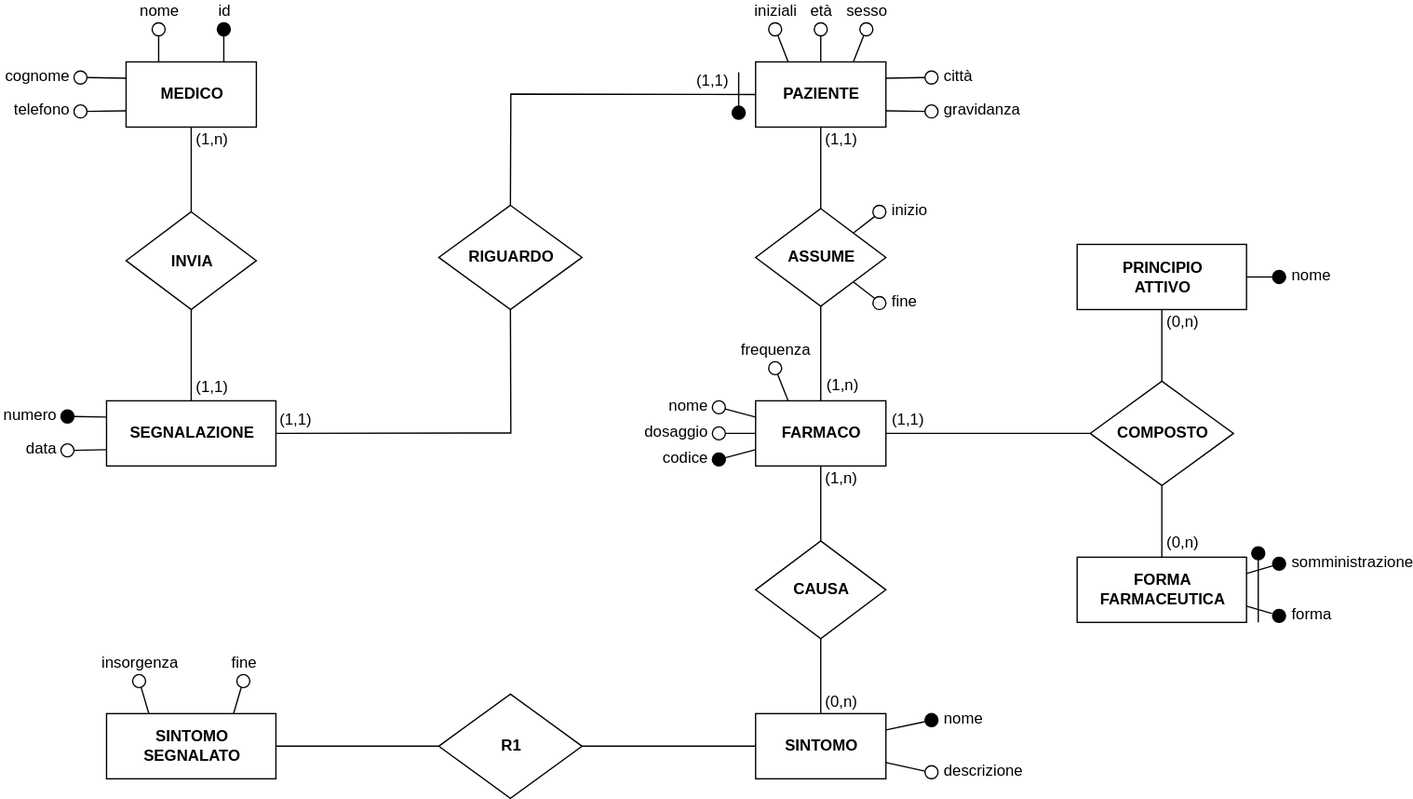
Above: schematics/er-diagram.svg in MatteoCarnelos/DB-SEA (draw.io), before the change. Source tidied: cells renumbered, new cells last; positions are measured from the earlier drawing's top-left corner, leaving out a move shared by most shapes.
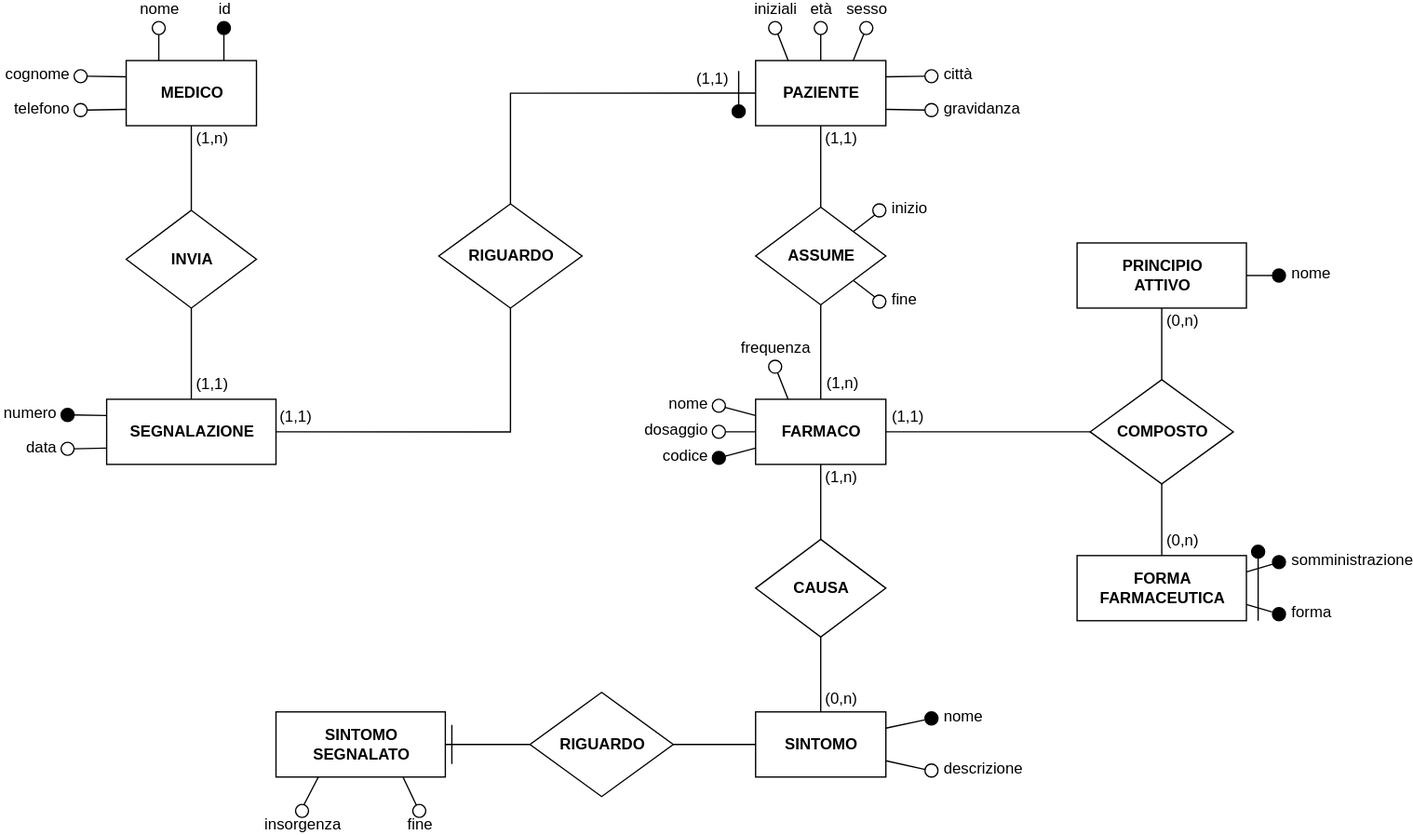
Later version of the same file.

What changed in the source:
```diff
@@ -241,23 +241,23 @@
     <mxCell id="74" value="&lt;b&gt;SINTOMO&lt;br&gt;&lt;/b&gt;" style="rounded=0;whiteSpace=wrap;html=1;fillColor=#ffffff;" parent="1" vertex="1">
       <mxGeometry x="533.2" y="530" width="100" height="50" as="geometry" />
     </mxCell>
-    <mxCell id="75" style="edgeStyle=none;rounded=0;comic=0;jumpStyle=none;jumpSize=6;jettySize=auto;html=1;exitX=0.75;exitY=0;exitDx=0;exitDy=0;entryX=0.342;entryY=0.986;entryDx=0;entryDy=0;endArrow=none;endFill=0;entryPerimeter=0;" parent="1" edge="1" source="77" target="80">
+    <mxCell id="75" style="edgeStyle=none;rounded=0;comic=0;jumpStyle=none;jumpSize=6;jettySize=auto;html=1;exitX=0.75;exitY=1;exitDx=0;exitDy=0;entryX=0.279;entryY=0.065;entryDx=0;entryDy=0;endArrow=none;endFill=0;entryPerimeter=0;" parent="1" edge="1" source="77" target="80">
       <mxGeometry relative="1" as="geometry" />
     </mxCell>
     <mxCell id="76" style="edgeStyle=orthogonalEdgeStyle;rounded=0;comic=0;jumpStyle=none;jumpSize=6;jettySize=auto;html=1;exitX=1;exitY=0.5;exitDx=0;exitDy=0;entryX=0;entryY=0.5;entryDx=0;entryDy=0;endArrow=none;endFill=0;" parent="1" edge="1" source="77" target="91">
       <mxGeometry relative="1" as="geometry" />
     </mxCell>
     <mxCell id="77" value="&lt;b&gt;SINTOMO&lt;br&gt;SEGNALATO&lt;br&gt;&lt;/b&gt;" style="whiteSpace=wrap;html=1;align=center;" parent="1" vertex="1">
-      <mxGeometry x="35" y="530" width="130" height="50" as="geometry" />
+      <mxGeometry x="165" y="530" width="130" height="50" as="geometry" />
     </mxCell>
-    <mxCell id="78" style="edgeStyle=none;rounded=0;comic=0;jumpStyle=none;jumpSize=6;jettySize=auto;html=1;exitX=0.655;exitY=0.986;exitDx=0;exitDy=0;entryX=0.25;entryY=0;entryDx=0;entryDy=0;endArrow=none;endFill=0;exitPerimeter=0;" parent="1" edge="1" source="79" target="77">
+    <mxCell id="78" style="edgeStyle=none;rounded=0;comic=0;jumpStyle=none;jumpSize=6;jettySize=auto;html=1;exitX=0.647;exitY=0.031;exitDx=0;exitDy=0;entryX=0.25;entryY=1;entryDx=0;entryDy=0;endArrow=none;endFill=0;exitPerimeter=0;" parent="1" edge="1" source="79" target="77">
       <mxGeometry relative="1" as="geometry" />
     </mxCell>
-    <mxCell id="79" value="insorgenza" style="ellipse;whiteSpace=wrap;html=1;fillColor=#ffffff;labelPosition=center;verticalLabelPosition=top;align=center;verticalAlign=bottom;spacing=2;" parent="1" vertex="1">
-      <mxGeometry x="55" y="500" width="10" height="10" as="geometry" />
+    <mxCell id="79" value="insorgenza" style="ellipse;whiteSpace=wrap;html=1;fillColor=#ffffff;labelPosition=center;verticalLabelPosition=middle;align=center;verticalAlign=top;spacing=4;" parent="1" vertex="1">
+      <mxGeometry x="180" y="601" width="10" height="10" as="geometry" />
     </mxCell>
-    <mxCell id="80" value="fine" style="ellipse;whiteSpace=wrap;html=1;fillColor=#ffffff;labelPosition=center;verticalLabelPosition=top;align=center;verticalAlign=bottom;spacing=2;" parent="1" vertex="1">
-      <mxGeometry x="135" y="500" width="10" height="10" as="geometry" />
+    <mxCell id="80" value="fine" style="ellipse;whiteSpace=wrap;html=1;fillColor=#ffffff;labelPosition=center;verticalLabelPosition=middle;align=center;verticalAlign=top;spacing=4;" parent="1" vertex="1">
+      <mxGeometry x="270" y="601" width="10" height="10" as="geometry" />
     </mxCell>
     <mxCell id="81" style="edgeStyle=none;rounded=0;comic=0;jumpStyle=none;jumpSize=6;jettySize=auto;html=1;exitX=-0.024;exitY=0.619;exitDx=0;exitDy=0;entryX=1;entryY=0.25;entryDx=0;entryDy=0;endArrow=none;endFill=0;exitPerimeter=0;" parent="1" edge="1" source="82" target="74">
       <mxGeometry relative="1" as="geometry" />
@@ -293,8 +293,14 @@
     <mxCell id="90" style="edgeStyle=orthogonalEdgeStyle;rounded=0;comic=0;jumpStyle=none;jumpSize=6;jettySize=auto;html=1;exitX=1;exitY=0.5;exitDx=0;exitDy=0;entryX=0;entryY=0.5;entryDx=0;entryDy=0;endArrow=none;endFill=0;" parent="1" edge="1" source="91" target="74">
       <mxGeometry relative="1" as="geometry" />
     </mxCell>
-    <mxCell id="91" value="R1" style="rhombus;whiteSpace=wrap;html=1;fillColor=#ffffff;fontStyle=1;" parent="1" vertex="1">
-      <mxGeometry x="290" y="515" width="110" height="80" as="geometry" />
+    <mxCell id="91" value="RIGUARDO" style="rhombus;whiteSpace=wrap;html=1;fillColor=#ffffff;fontStyle=1;" parent="1" vertex="1">
+      <mxGeometry x="360" y="515" width="110" height="80" as="geometry" />
     </mxCell>
+    <mxCell id="92" style="endArrow=none;html=1;" parent="1" edge="1">
+      <mxGeometry relative="1" as="geometry">
+        <mxPoint x="300" y="570" as="sourcePoint" />
+        <mxPoint x="300" y="540" as="targetPoint" />
+      </mxGeometry>
+    </mxCell>
   </root>
 </mxGraphModel>
```
